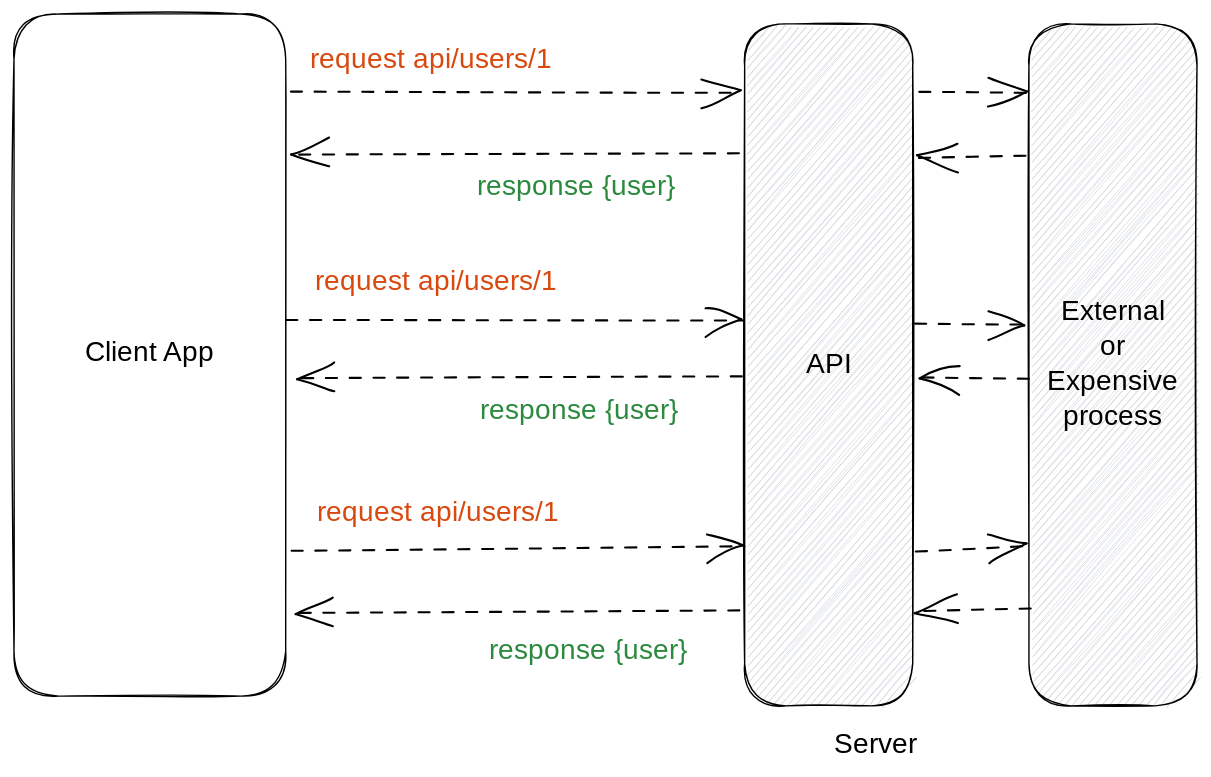
WoW-2-0/WOW2.Core---Old keeps this Excalidraw diagram as .gitbook/assets/file.excalidraw.svg. Above is the earlier version. Source tidied: one line per element, renumbered; positions are measured from the earlier drawing's top-left corner, leaving out a move shared by most shapes.
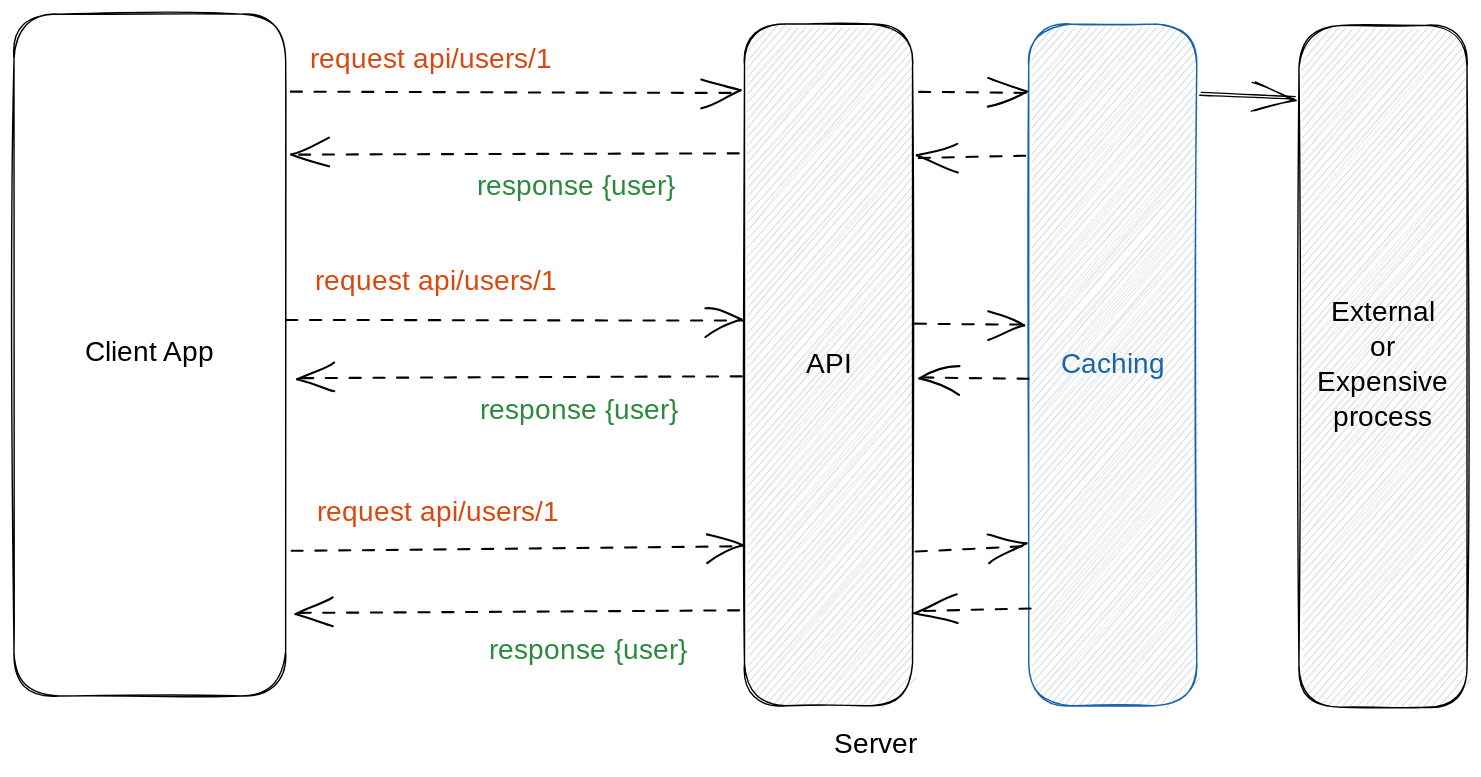
The same file after the commit.

Commit message:
GITBOOK-15: change request with no subject merged in GitBook

What changed in the source:
```diff
@@ -1,8 +1,10 @@
 {"id": 0, "type": "rectangle", "strokeColor": "#000000", "backgroundColor": "#ced4da", "fillStyle": "hachure", "strokeWidth": 1, "roughness": 1, "round": true, "x": 522, "y": 7, "width": 120, "height": 487}
-{"id": 1, "type": "rectangle", "strokeColor": "#000000", "backgroundColor": "#ced4da", "fillStyle": "hachure", "strokeWidth": 1, "roughness": 1, "round": true, "x": 725, "y": 7, "width": 120, "height": 487}
+{"id": 1, "type": "rectangle", "strokeColor": "#1864ab", "backgroundColor": "#ced4da", "fillStyle": "hachure", "strokeWidth": 1, "roughness": 1, "round": true, "x": 725, "y": 7, "width": 120, "height": 487}
+{"id": 25, "type": "rectangle", "strokeColor": "#000000", "backgroundColor": "#ced4da", "fillStyle": "hachure", "strokeWidth": 1, "roughness": 1, "round": true, "x": 918, "y": 8, "width": 120, "height": 487}
 {"id": 2, "type": "rectangle", "strokeColor": "#000000", "strokeWidth": 1, "roughness": 1, "round": true, "x": 0, "y": 0, "width": 194, "height": 487}
 {"id": 3, "type": "text", "text": "API", "strokeColor": "#000000", "strokeWidth": 1, "roughness": 1, "fontSize": 20, "fontFamily": 1, "textAlign": "center", "verticalAlign": "middle", "inside": 0, "x": 562, "y": 238, "width": 39, "height": 25}
-{"id": 4, "type": "text", "text": "External\nor\nExpensive\nprocess", "strokeColor": "#000000", "strokeWidth": 1, "roughness": 1, "fontSize": 20, "fontFamily": 1, "textAlign": "center", "verticalAlign": "middle", "inside": 1, "x": 738, "y": 200, "width": 93, "height": 100}
+{"id": 4, "type": "text", "text": "Caching", "strokeColor": "#1864ab", "strokeWidth": 1, "roughness": 1, "fontSize": 20, "fontFamily": 1, "textAlign": "center", "verticalAlign": "middle", "inside": 1, "x": 749, "y": 238, "width": 72, "height": 25}
+{"id": 26, "type": "text", "text": "External\nor\nExpensive\nprocess", "strokeColor": "#000000", "strokeWidth": 1, "roughness": 1, "fontSize": 20, "fontFamily": 1, "textAlign": "center", "verticalAlign": "middle", "inside": 25, "x": 931, "y": 201, "width": 93, "height": 100}
 {"id": 5, "type": "text", "text": "Client App", "strokeColor": "#000000", "strokeWidth": 1, "roughness": 1, "fontSize": 20, "fontFamily": 1, "textAlign": "center", "verticalAlign": "middle", "inside": 2, "x": 48, "y": 230, "width": 99, "height": 25}
 {"id": 6, "type": "text", "text": "Server", "strokeColor": "#000000", "strokeWidth": 1, "roughness": 1, "fontSize": 20, "fontFamily": 1, "x": 586, "y": 510, "width": 64, "height": 25}
 {"id": 7, "type": "arrow", "strokeColor": "#000000", "backgroundColor": "#ced4da", "fillStyle": "hachure", "strokeWidth": 1, "strokeStyle": "dashed", "roughness": 1, "endArrowhead": "arrow", "round": true, "from": 10, "to": 0, "x": 197, "y": 56, "width": 323, "height": 1, "points": [[0, 0], [323, -1]]}
@@ -23,3 +25,4 @@
 {"id": 22, "type": "arrow", "strokeColor": "#000000", "strokeWidth": 1, "strokeStyle": "dashed", "roughness": 1, "endArrowhead": "arrow", "round": true, "from": 1, "to": 0, "x": 724, "y": 260, "width": 79, "height": 1, "points": [[0, 0], [-79, -1]]}
 {"id": 23, "type": "arrow", "strokeColor": "#000000", "strokeWidth": 1, "strokeStyle": "dashed", "roughness": 1, "endArrowhead": "arrow", "round": true, "from": 0, "to": 1, "x": 643, "y": 383, "width": 79, "height": 2, "points": [[0, 0], [79, -2]]}
 {"id": 24, "type": "arrow", "strokeColor": "#000000", "strokeWidth": 1, "strokeStyle": "dashed", "roughness": 1, "endArrowhead": "arrow", "round": true, "to": 0, "x": 725, "y": 424, "width": 79, "height": 3, "points": [[0, 0], [-79, 3]]}
+{"id": 27, "type": "arrow", "strokeColor": "#000000", "strokeWidth": 1, "roughness": 1, "endArrowhead": "arrow", "round": true, "from": 1, "to": 25, "x": 847, "y": 57, "width": 68, "height": 2, "points": [[0, 0], [68, 2]]}
```
